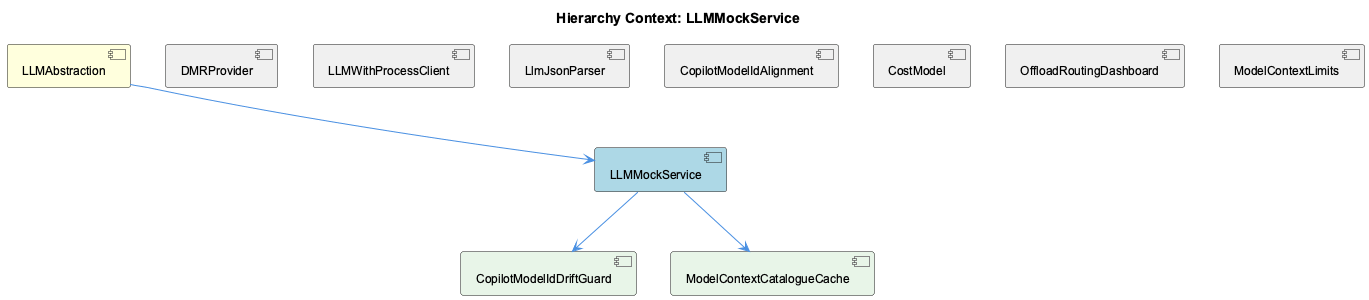
This is knowledge-management/insights/images/llmmock-service-relationship.png from fwornle/coding, a PlantUML export, as it was before one commit.
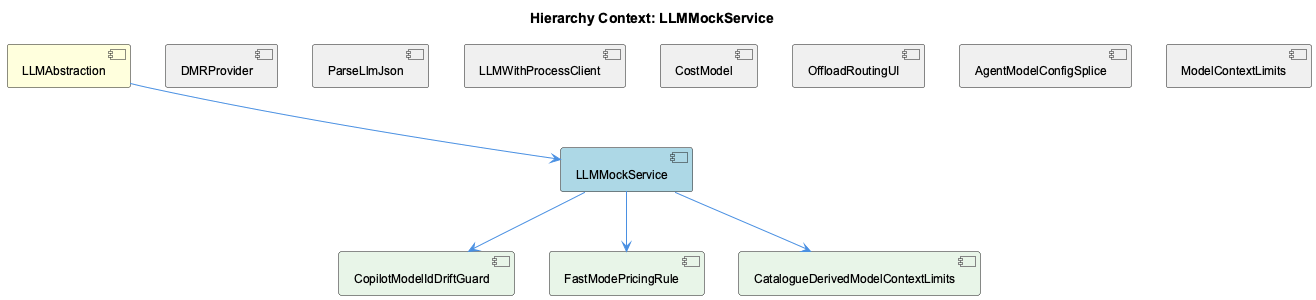
After the commit.

Diff of the diagram source:
```diff
@@ -6,24 +6,26 @@
 [LLMAbstraction] as llmabstraction #FFFFDD
 [LLMMockService] as llmmock_service #LightBlue
 [DMRProvider] as dmrprovider #F0F0F0
+[ParseLlmJson] as parse_llm_json #F0F0F0
 [LLMWithProcessClient] as llmwith_process_client #F0F0F0
-[LlmJsonParser] as llm_json_parser #F0F0F0
-[CopilotModelIdAlignment] as copilot_model_id_alignment #F0F0F0
 [CostModel] as cost_model #F0F0F0
-[OffloadRoutingDashboard] as offload_routing_dashboard #F0F0F0
+[OffloadRoutingUI] as offload_routing_ui #F0F0F0
+[AgentModelConfigSplice] as agent_model_config_splice #F0F0F0
 [ModelContextLimits] as model_context_limits #F0F0F0
 [CopilotModelIdDriftGuard] as copilot_model_id_drift_guard #E8F5E8
-[ModelContextCatalogueCache] as model_context_catalogue_cache #E8F5E8
+[FastModePricingRule] as fast_mode_pricing_rule #E8F5E8
+[CatalogueDerivedModelContextLimits] as catalogue_derived_model_context_limits #E8F5E8
 
 llmabstraction --> llmmock_service
 dmrprovider -[hidden]- llmmock_service
+parse_llm_json -[hidden]- llmmock_service
 llmwith_process_client -[hidden]- llmmock_service
-llm_json_parser -[hidden]- llmmock_service
-copilot_model_id_alignment -[hidden]- llmmock_service
 cost_model -[hidden]- llmmock_service
-offload_routing_dashboard -[hidden]- llmmock_service
+offload_routing_ui -[hidden]- llmmock_service
+agent_model_config_splice -[hidden]- llmmock_service
 model_context_limits -[hidden]- llmmock_service
 llmmock_service --> copilot_model_id_drift_guard
-llmmock_service --> model_context_catalogue_cache
+llmmock_service --> fast_mode_pricing_rule
+llmmock_service --> catalogue_derived_model_context_limits
 
 @enduml
```
